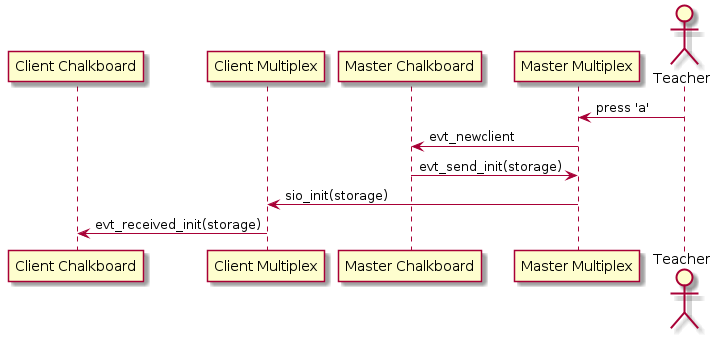
Before: mplex.png, a diagram exported from PlantUML (cerisara/multiplex).
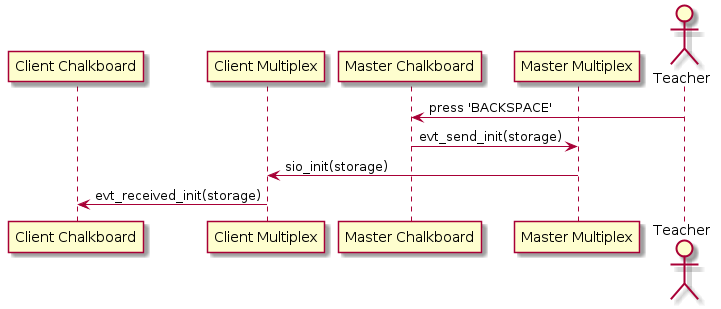
The same diagram one commit later.

What changed in the source:
```diff
@@ -5,8 +5,7 @@
 participant "Master Multiplex" as MM
 actor "Teacher" as T
 
-T -> MM: press 'a'
-MM -> MC: evt_newclient
+T -> MC: press 'BACKSPACE'
 MC -> MM: evt_send_init(storage)
 MM -> CM: sio_init(storage)
 CM -> CC: evt_received_init(storage)
```
